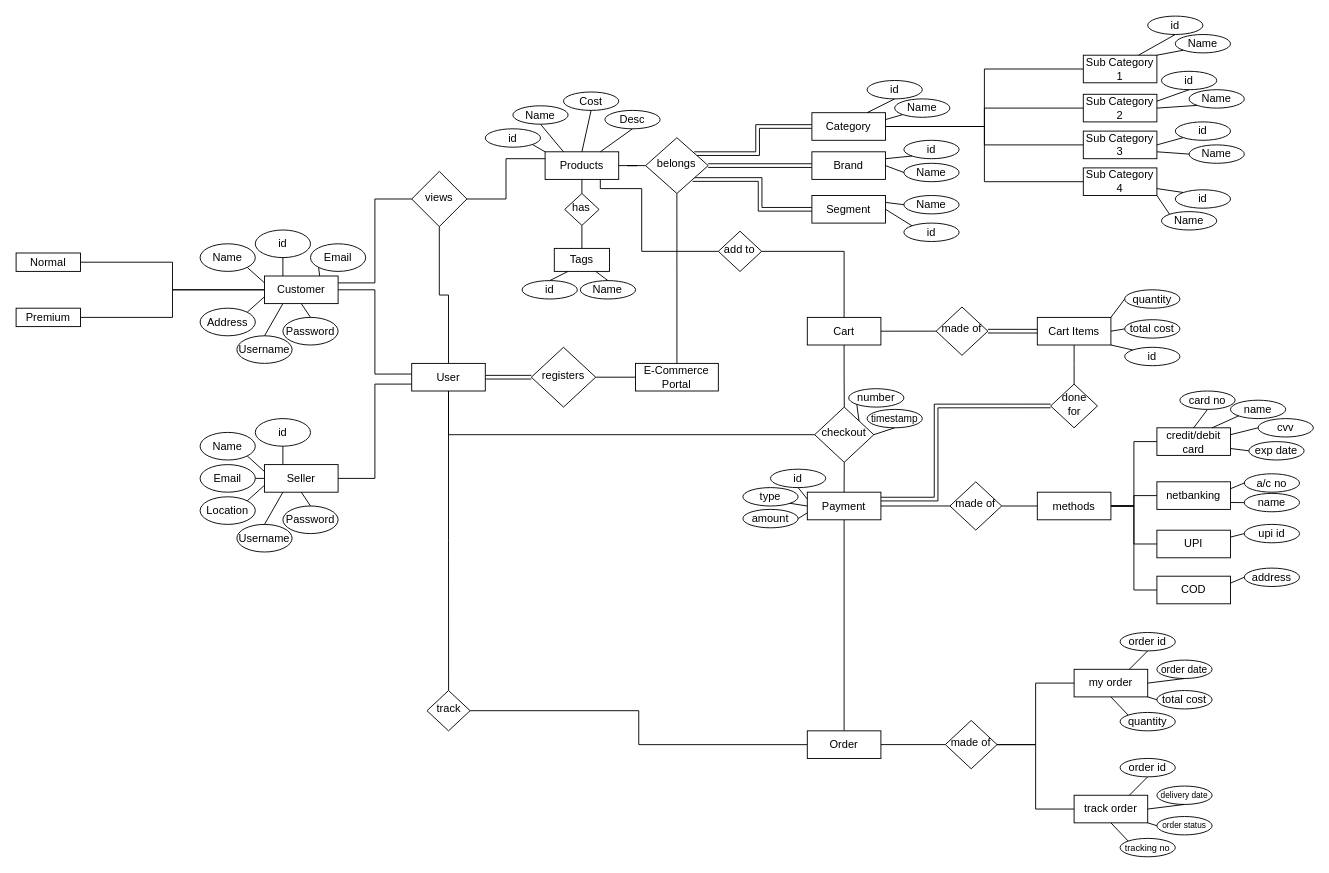
This is Untitled Diagram.drawio from adithkrishnan98/ECommerce-Java, a draw.io file, before an edit. Source tidied: cells renumbered, new cells numbered last; positions are measured from the earlier drawing's top-left corner, leaving out a move shared by most shapes. Both pictures are drawn from the tidied source at 92%, with x=0, y=0 at pixel (16, 16).
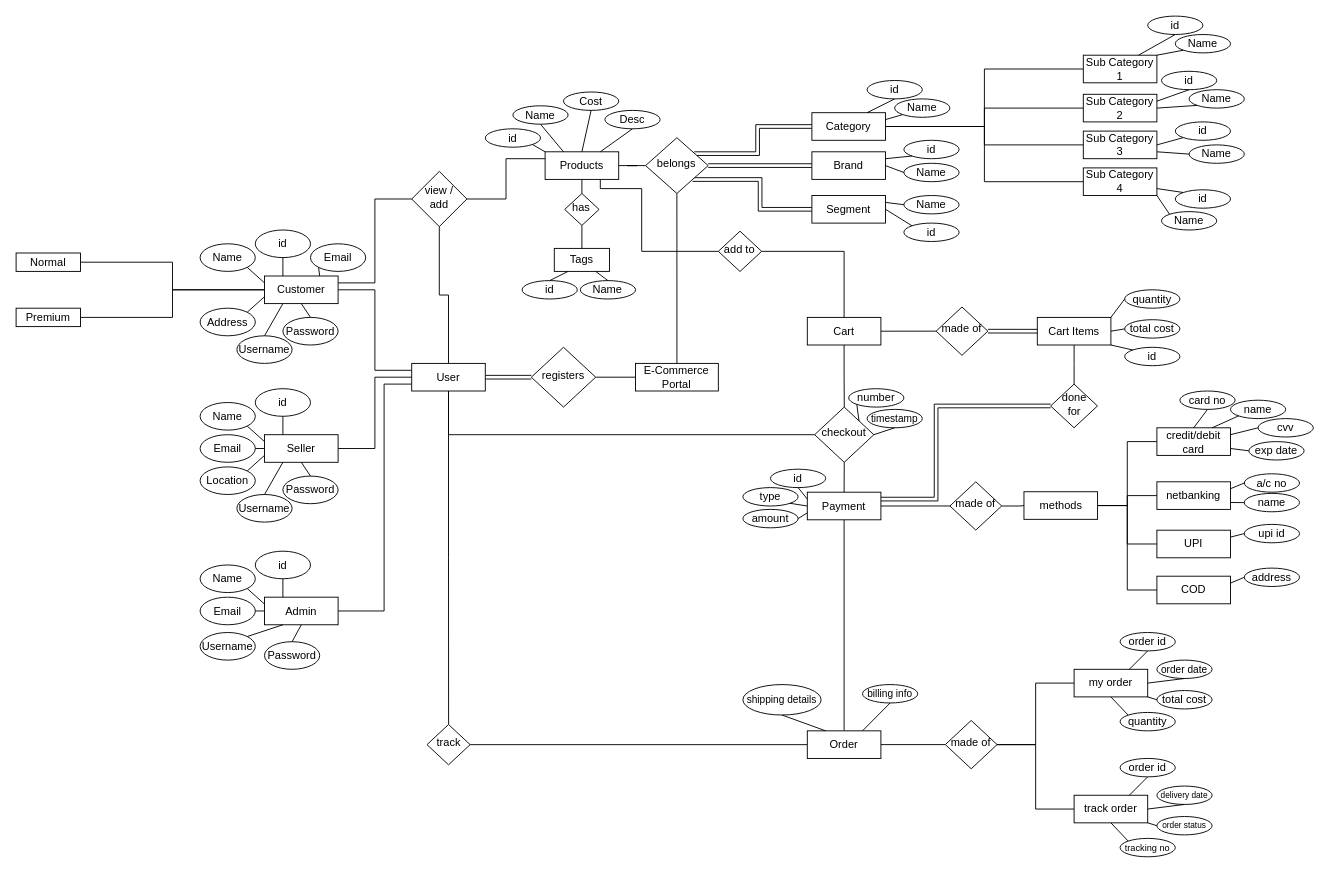
After the change.

The change refers to these unchanged cells:
```xml
<mxCell id="4" value="Customer" style="rounded=0;whiteSpace=wrap;html=1;fontSize=12;glass=0;strokeWidth=1;shadow=0;" parent="1" vertex="1">
  <mxGeometry x="270" y="282.5" width="80" height="30" as="geometry" />
</mxCell>
<mxCell id="24" value="User" style="rounded=0;whiteSpace=wrap;html=1;fontSize=12;glass=0;strokeWidth=1;shadow=0;" parent="1" vertex="1">
  <mxGeometry x="430" y="377.5" width="80" height="30" as="geometry" />
</mxCell>
<mxCell id="133" value="Order" style="rounded=0;whiteSpace=wrap;html=1;fontSize=12;glass=0;strokeWidth=1;shadow=0;" parent="1" vertex="1">
  <mxGeometry x="860" y="776.9" width="80" height="30" as="geometry" />
</mxCell>
```

Change to the diagram source:
```diff
@@
-    <mxCell id="2" style="edgeStyle=orthogonalEdgeStyle;rounded=0;jettySize=auto;html=1;entryX=0.002;entryY=0.386;entryDx=0;entryDy=0;entryPerimeter=0;endArrow=none;endFill=0;" parent="1" edge="1" source="4" target="24">
+    <mxCell id="2" style="edgeStyle=orthogonalEdgeStyle;rounded=0;jettySize=auto;html=1;entryX=0;entryY=0.25;entryDx=0;entryDy=0;endArrow=none;endFill=0;" parent="1" edge="1" source="4" target="24">
       <mxGeometry relative="1" as="geometry" />
     </mxCell>
@@
-    <mxCell id="25" style="edgeStyle=orthogonalEdgeStyle;rounded=0;jettySize=auto;html=1;exitX=1;exitY=0.5;exitDx=0;exitDy=0;entryX=0;entryY=0.75;entryDx=0;entryDy=0;endArrow=none;endFill=0;" parent="1" edge="1" source="26" target="24">
+    <mxCell id="25" style="edgeStyle=orthogonalEdgeStyle;rounded=0;jettySize=auto;html=1;exitX=1;exitY=0.5;exitDx=0;exitDy=0;entryX=0;entryY=0.5;entryDx=0;entryDy=0;endArrow=none;endFill=0;" parent="1" edge="1" source="26" target="24">
       <mxGeometry relative="1" as="geometry" />
     </mxCell>
     <mxCell id="26" value="Seller" style="rounded=0;whiteSpace=wrap;html=1;fontSize=12;glass=0;strokeWidth=1;shadow=0;" parent="1" vertex="1">
-      <mxGeometry x="270" y="487.5" width="80" height="30" as="geometry" />
+      <mxGeometry x="270" y="455" width="80" height="30" as="geometry" />
     </mxCell>
     <mxCell id="27" value="id" style="ellipse;whiteSpace=wrap;html=1;" parent="1" vertex="1">
-      <mxGeometry x="260" y="437.5" width="60" height="30" as="geometry" />
+      <mxGeometry x="260" y="405" width="60" height="30" as="geometry" />
     </mxCell>
     <mxCell id="28" value="Name" style="ellipse;whiteSpace=wrap;html=1;" parent="1" vertex="1">
-      <mxGeometry x="200" y="452.5" width="60" height="30" as="geometry" />
+      <mxGeometry x="200" y="420" width="60" height="30" as="geometry" />
     </mxCell>
     <mxCell id="29" value="Email" style="ellipse;whiteSpace=wrap;html=1;" parent="1" vertex="1">
-      <mxGeometry x="200" y="487.5" width="60" height="30" as="geometry" />
+      <mxGeometry x="200" y="455" width="60" height="30" as="geometry" />
     </mxCell>
     <mxCell id="30" value="Location" style="ellipse;whiteSpace=wrap;html=1;" parent="1" vertex="1">
-      <mxGeometry x="200" y="522.5" width="60" height="30" as="geometry" />
+      <mxGeometry x="200" y="490" width="60" height="30" as="geometry" />
     </mxCell>
     <mxCell id="31" value="Username" style="ellipse;whiteSpace=wrap;html=1;" parent="1" vertex="1">
-      <mxGeometry x="240" y="552.5" width="60" height="30" as="geometry" />
+      <mxGeometry x="240" y="520" width="60" height="30" as="geometry" />
     </mxCell>
     <mxCell id="32" value="Password" style="ellipse;whiteSpace=wrap;html=1;" parent="1" vertex="1">
-      <mxGeometry x="290" y="532.5" width="60" height="30" as="geometry" />
+      <mxGeometry x="290" y="500" width="60" height="30" as="geometry" />
     </mxCell>
@@
-    <mxCell id="81" value="views" style="rhombus;whiteSpace=wrap;html=1;shadow=0;fontFamily=Helvetica;fontSize=12;align=center;strokeWidth=1;spacing=6;spacingTop=-4;" parent="1" vertex="1">
+    <mxCell id="81" value="view / add" style="rhombus;whiteSpace=wrap;html=1;shadow=0;fontFamily=Helvetica;fontSize=12;align=center;strokeWidth=1;spacing=6;spacingTop=-4;" parent="1" vertex="1">
       <mxGeometry x="430" y="168.8" width="60" height="60" as="geometry" />
     </mxCell>
@@
     <mxCell id="121" value="track" style="rhombus;whiteSpace=wrap;html=1;shadow=0;fontFamily=Helvetica;fontSize=12;align=center;strokeWidth=1;spacing=6;spacingTop=-4;" parent="1" vertex="1">
-      <mxGeometry x="446.6" y="733.1" width="46.9" height="43.8" as="geometry" />
+      <mxGeometry x="446.6" y="770" width="46.9" height="43.8" as="geometry" />
     </mxCell>
@@
-    <mxCell id="138" value="methods" style="rounded=0;whiteSpace=wrap;html=1;fontSize=12;glass=0;strokeWidth=1;shadow=0;" parent="1" vertex="1">
-      <mxGeometry x="1110" y="517.5" width="80" height="30" as="geometry" />
+    <mxCell id="138" value="methods" style="rounded=0;whiteSpace=wrap;html=1;fontSize=12;glass=0;strokeWidth=1;shadow=0;sketch=0;" parent="1" vertex="1">
+      <mxGeometry x="1095.5" y="517" width="80" height="30" as="geometry" />
     </mxCell>
@@
+    <mxCell id="192" value="billing info" style="ellipse;whiteSpace=wrap;html=1;fontSize=11;" parent="1" vertex="1">
+      <mxGeometry x="920" y="726.6" width="60" height="20" as="geometry" />
+    </mxCell>
+    <mxCell id="193" value="shipping details" style="ellipse;whiteSpace=wrap;html=1;fontSize=11;" parent="1" vertex="1">
+      <mxGeometry x="790" y="726.6" width="85" height="33.1" as="geometry" />
+    </mxCell>
+    <mxCell id="194" style="endArrow=none;html=1;fontSize=11;strokeColor=#000000;entryX=0.5;entryY=1;entryDx=0;entryDy=0;exitX=0.25;exitY=0;exitDx=0;exitDy=0;" parent="1" edge="1" source="133" target="193">
+      <mxGeometry relative="1" as="geometry" />
+    </mxCell>
+    <mxCell id="195" style="endArrow=none;html=1;fontSize=11;strokeColor=#000000;entryX=0.5;entryY=1;entryDx=0;entryDy=0;exitX=0.75;exitY=0;exitDx=0;exitDy=0;" parent="1" edge="1" source="133" target="192">
+      <mxGeometry relative="1" as="geometry" />
+    </mxCell>
+    <mxCell id="196" style="edgeStyle=orthogonalEdgeStyle;rounded=0;jettySize=auto;html=1;entryX=0;entryY=0.75;entryDx=0;entryDy=0;fontSize=11;startArrow=none;startFill=0;endArrow=none;endFill=0;strokeColor=#000000;" parent="1" edge="1" source="197" target="24">
+      <mxGeometry relative="1" as="geometry">
+        <Array as="points">
+          <mxPoint x="400" y="647" />
+          <mxPoint x="400" y="400" />
+        </Array>
+      </mxGeometry>
+    </mxCell>
+    <mxCell id="197" value="Admin" style="rounded=0;whiteSpace=wrap;html=1;fontSize=12;glass=0;strokeWidth=1;shadow=0;" parent="1" vertex="1">
+      <mxGeometry x="270" y="631.6" width="80" height="30" as="geometry" />
+    </mxCell>
+    <mxCell id="198" value="id" style="ellipse;whiteSpace=wrap;html=1;" parent="1" vertex="1">
+      <mxGeometry x="260" y="581.6" width="60" height="30" as="geometry" />
+    </mxCell>
+    <mxCell id="199" value="Name" style="ellipse;whiteSpace=wrap;html=1;" parent="1" vertex="1">
+      <mxGeometry x="200" y="596.6" width="60" height="30" as="geometry" />
+    </mxCell>
+    <mxCell id="200" value="Email" style="ellipse;whiteSpace=wrap;html=1;" parent="1" vertex="1">
+      <mxGeometry x="200" y="631.6" width="60" height="30" as="geometry" />
+    </mxCell>
+    <mxCell id="201" value="Username" style="ellipse;whiteSpace=wrap;html=1;" parent="1" vertex="1">
+      <mxGeometry x="200" y="670" width="60" height="30" as="geometry" />
+    </mxCell>
+    <mxCell id="202" value="Password" style="ellipse;whiteSpace=wrap;html=1;" parent="1" vertex="1">
+      <mxGeometry x="270" y="680" width="60" height="30" as="geometry" />
+    </mxCell>
+    <mxCell id="203" style="endArrow=none;html=1;entryX=0.5;entryY=1;entryDx=0;entryDy=0;exitX=0.25;exitY=0;exitDx=0;exitDy=0;" parent="1" edge="1" source="197" target="198">
+      <mxGeometry relative="1" as="geometry" />
+    </mxCell>
+    <mxCell id="204" style="endArrow=none;html=1;entryX=1;entryY=1;entryDx=0;entryDy=0;exitX=0;exitY=0.25;exitDx=0;exitDy=0;" parent="1" edge="1" source="197" target="199">
+      <mxGeometry relative="1" as="geometry" />
+    </mxCell>
+    <mxCell id="205" style="endArrow=none;html=1;entryX=1;entryY=0.5;entryDx=0;entryDy=0;exitX=0;exitY=0.5;exitDx=0;exitDy=0;" parent="1" edge="1" source="197" target="200">
+      <mxGeometry relative="1" as="geometry" />
+    </mxCell>
+    <mxCell id="206" style="endArrow=none;html=1;entryX=1;entryY=0;entryDx=0;entryDy=0;exitX=0.25;exitY=1;exitDx=0;exitDy=0;" parent="1" edge="1" source="197" target="201">
+      <mxGeometry relative="1" as="geometry" />
+    </mxCell>
+    <mxCell id="207" style="endArrow=none;html=1;entryX=0.5;entryY=1;entryDx=0;entryDy=0;exitX=0.5;exitY=0;exitDx=0;exitDy=0;" parent="1" edge="1" source="202" target="197">
+      <mxGeometry relative="1" as="geometry" />
+    </mxCell>
```
